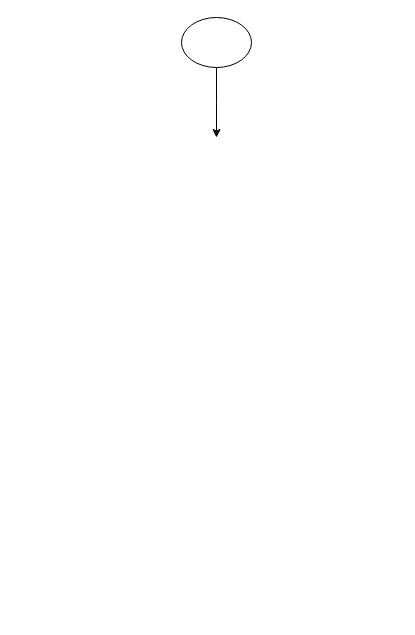
Earlier version of the draw.io diagram Untitled Diagram.drawio (umrtkyrk/flow_diagrams). Source tidied: cells renumbered, new cells numbered last; positions are measured from the earlier drawing's top-left corner, leaving out a move shared by most shapes. Both pictures are drawn from the tidied source at 100%, with x=0, y=0 at pixel (181, 17).
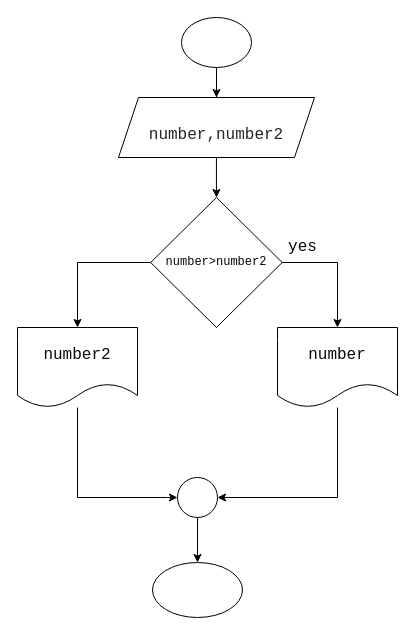
After the change.

Unchanged cells that the change refers to:
```xml
<mxCell id="3" style="ellipse;whiteSpace=wrap;html=1;" parent="1" vertex="1">
  <mxGeometry width="70" height="50" as="geometry" />
</mxCell>
```

Change to the diagram source:
```diff
@@
     <mxCell id="2" style="edgeStyle=orthogonalEdgeStyle;rounded=0;jettySize=auto;html=1;" parent="1" edge="1" source="3">
       <mxGeometry relative="1" as="geometry">
         <mxPoint x="35" y="120" as="targetPoint" />
+        <Array as="points">
+          <mxPoint x="35" y="70" />
+          <mxPoint x="35" y="70" />
+        </Array>
       </mxGeometry>
     </mxCell>
+    <mxCell id="4" style="edgeStyle=orthogonalEdgeStyle;rounded=0;jettySize=auto;html=1;entryX=0.5;entryY=0;entryDx=0;entryDy=0;fontSize=12;fontColor=#080808;" parent="1" edge="1" source="3" target="6">
+      <mxGeometry relative="1" as="geometry" />
+    </mxCell>
@@
+    <mxCell id="5" style="edgeStyle=orthogonalEdgeStyle;rounded=0;jettySize=auto;html=1;entryX=0.5;entryY=0;entryDx=0;entryDy=0;fontFamily=Courier New;fontSize=16;fontColor=#080808;" parent="1" edge="1" source="6" target="9">
+      <mxGeometry relative="1" as="geometry" />
+    </mxCell>
+    <mxCell id="6" value="&lt;p class=&quot;p1&quot; style=&quot;margin: 0px ; text-align: justify ; font-stretch: normal ; line-height: normal ; font-family: &amp;#34;courier new&amp;#34; ; color: rgb(38 , 38 , 38) ; background-color: rgb(255 , 255 , 255)&quot;&gt;&lt;br&gt;&lt;/p&gt;&lt;p class=&quot;p1&quot; style=&quot;margin: 0px ; text-align: justify ; font-stretch: normal ; line-height: normal ; font-family: &amp;#34;courier new&amp;#34; ; color: rgb(38 , 38 , 38) ; background-color: rgb(255 , 255 , 255)&quot;&gt;&lt;font style=&quot;font-size: 16px&quot;&gt;number,number2&lt;/font&gt;&lt;/p&gt;" style="shape=parallelogram;perimeter=parallelogramPerimeter;whiteSpace=wrap;html=1;fixedSize=1;" parent="1" vertex="1">
+      <mxGeometry x="-63" y="80" width="196" height="60" as="geometry" />
+    </mxCell>
+    <mxCell id="7" style="edgeStyle=orthogonalEdgeStyle;rounded=0;jettySize=auto;html=1;fontFamily=Courier New;fontSize=12;fontColor=#080808;" parent="1" edge="1" source="9">
+      <mxGeometry relative="1" as="geometry">
+        <mxPoint x="156" y="310" as="targetPoint" />
+        <Array as="points">
+          <mxPoint x="156" y="245" />
+          <mxPoint x="156" y="310" />
+        </Array>
+      </mxGeometry>
+    </mxCell>
+    <mxCell id="8" style="edgeStyle=orthogonalEdgeStyle;rounded=0;jettySize=auto;html=1;exitX=0;exitY=0.5;exitDx=0;exitDy=0;fontFamily=Courier New;fontSize=12;fontColor=#080808;" parent="1" edge="1" source="9">
+      <mxGeometry relative="1" as="geometry">
+        <mxPoint x="-104" y="310" as="targetPoint" />
+        <Array as="points">
+          <mxPoint x="-104" y="245" />
+          <mxPoint x="-104" y="300" />
+        </Array>
+      </mxGeometry>
+    </mxCell>
+    <mxCell id="9" value="number&amp;gt;number2" style="rhombus;whiteSpace=wrap;html=1;fontFamily=Courier New;fontSize=12;fontColor=#080808;" parent="1" vertex="1">
+      <mxGeometry x="-30.8" y="180" width="131.5" height="130" as="geometry" />
+    </mxCell>
+    <mxCell id="10" value="&lt;font style=&quot;font-size: 16px&quot;&gt;yes&lt;/font&gt;" style="text;html=1;align=center;verticalAlign=middle;strokeColor=none;fillColor=none;fontSize=12;fontFamily=Courier New;fontColor=#080808;" parent="1" vertex="1">
+      <mxGeometry x="101" y="220" width="40" height="20" as="geometry" />
+    </mxCell>
+    <mxCell id="11" style="edgeStyle=orthogonalEdgeStyle;rounded=0;jettySize=auto;html=1;fontFamily=Courier New;fontSize=16;fontColor=#080808;" parent="1" edge="1" source="12">
+      <mxGeometry relative="1" as="geometry">
+        <mxPoint x="-4" y="480" as="targetPoint" />
+        <Array as="points">
+          <mxPoint x="-104" y="480" />
+          <mxPoint x="-14" y="480" />
+        </Array>
+      </mxGeometry>
+    </mxCell>
+    <mxCell id="12" value="number2" style="shape=document;whiteSpace=wrap;html=1;boundedLbl=1;fontFamily=Courier New;fontSize=16;fontColor=#080808;" parent="1" vertex="1">
+      <mxGeometry x="-164" y="310" width="120" height="80" as="geometry" />
+    </mxCell>
+    <mxCell id="13" style="edgeStyle=orthogonalEdgeStyle;rounded=0;jettySize=auto;html=1;fontFamily=Courier New;fontSize=16;fontColor=#080808;" parent="1" edge="1" source="14">
+      <mxGeometry relative="1" as="geometry">
+        <mxPoint x="36" y="480" as="targetPoint" />
+        <Array as="points">
+          <mxPoint x="156" y="480" />
+        </Array>
+      </mxGeometry>
+    </mxCell>
+    <mxCell id="14" value="number" style="shape=document;whiteSpace=wrap;html=1;boundedLbl=1;fontFamily=Courier New;fontSize=16;fontColor=#080808;" parent="1" vertex="1">
+      <mxGeometry x="96" y="310" width="120" height="80" as="geometry" />
+    </mxCell>
+    <mxCell id="15" style="edgeStyle=orthogonalEdgeStyle;rounded=0;jettySize=auto;html=1;fontFamily=Courier New;fontSize=16;fontColor=#080808;" parent="1" edge="1" source="16" target="17">
+      <mxGeometry relative="1" as="geometry" />
+    </mxCell>
+    <mxCell id="16" style="ellipse;whiteSpace=wrap;html=1;fontFamily=Courier New;fontSize=16;fontColor=#080808;" parent="1" vertex="1">
+      <mxGeometry x="-4" y="460" width="40" height="40" as="geometry" />
+    </mxCell>
+    <mxCell id="17" style="ellipse;whiteSpace=wrap;html=1;fontFamily=Courier New;fontSize=16;fontColor=#080808;" parent="1" vertex="1">
+      <mxGeometry x="-29" y="545" width="90" height="55" as="geometry" />
+    </mxCell>
```
